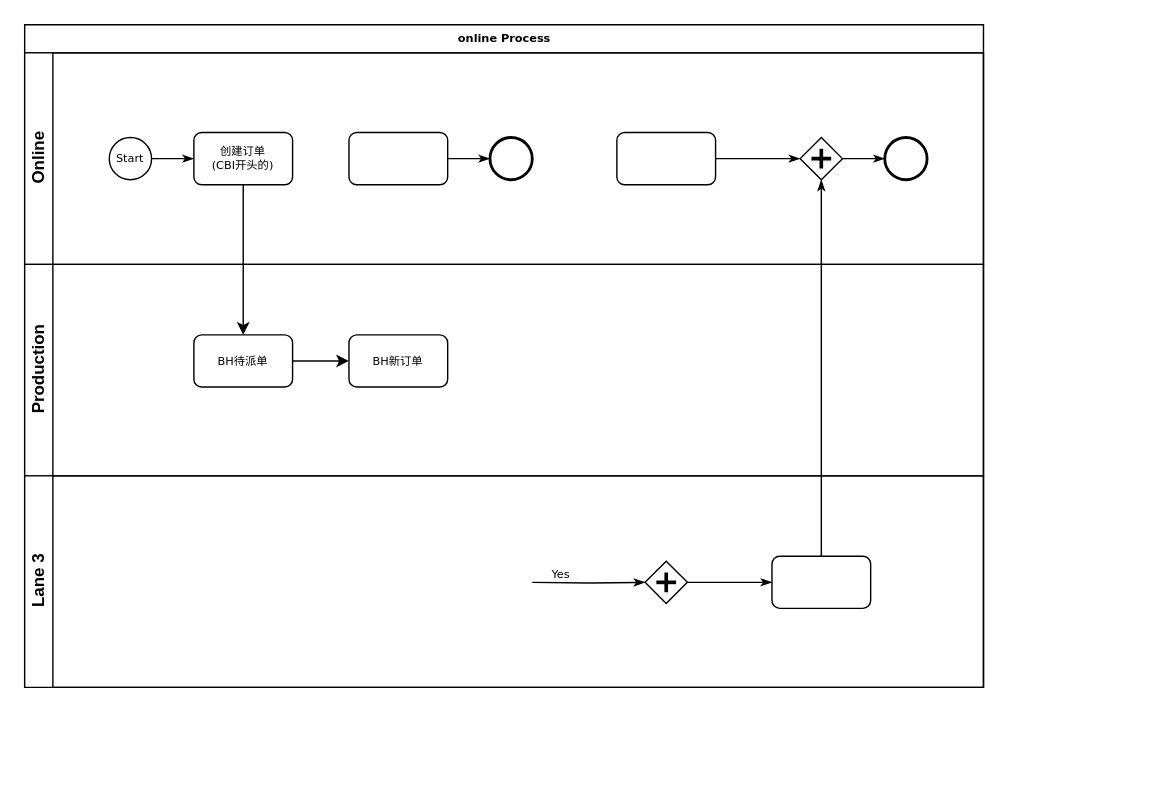
The draw.io diagram 3.drawio in romon-liangbo/draw, before the edit. Source tidied: cells renumbered, new cells numbered last; positions are measured from the earlier drawing's top-left corner, leaving out a move shared by most shapes. Both pictures are drawn from the tidied source at 141%, with x=0, y=0 at pixel (24, 24).
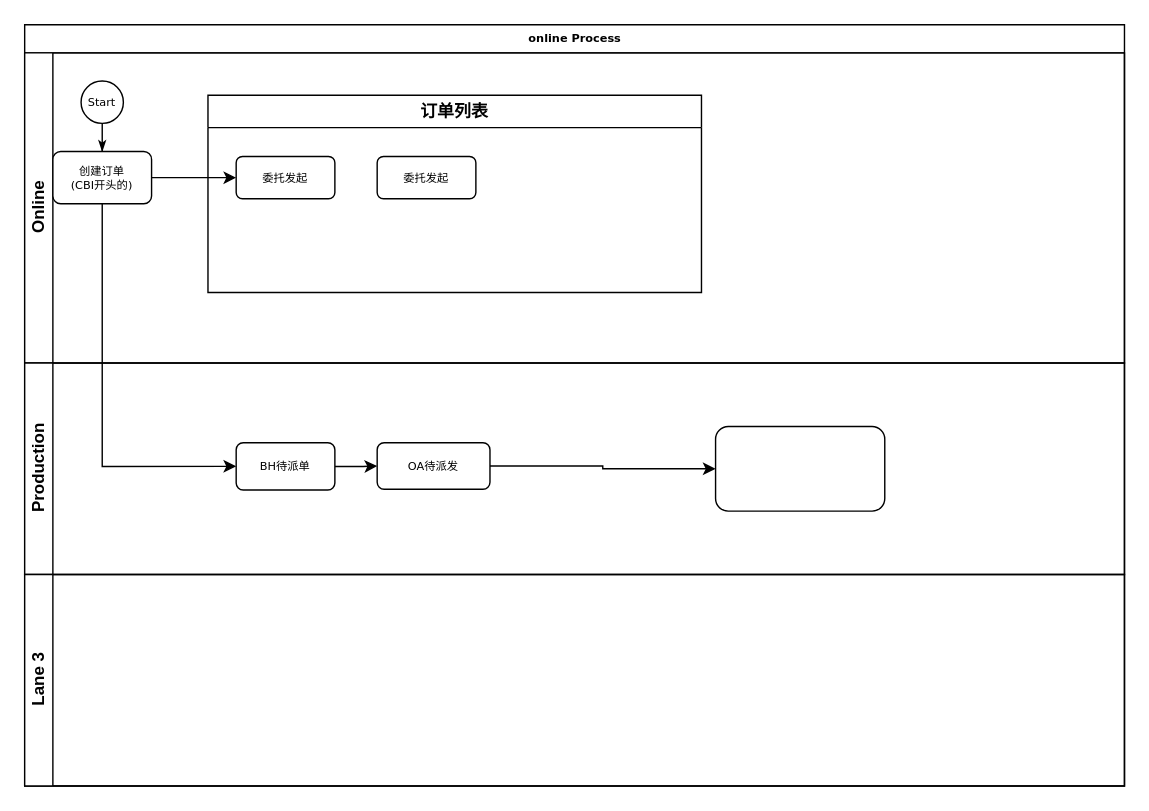
The same page after the edit.

What changed in the source:
```diff
@@
     <mxCell id="2" value="online Process" style="swimlane;html=1;horizontal=1;startSize=20;rounded=0;shadow=0;labelBackgroundColor=none;strokeWidth=1;fontFamily=Verdana;fontSize=8;align=center;" parent="1" vertex="1">
-      <mxGeometry width="680" height="470" as="geometry" />
+      <mxGeometry width="780" height="540" as="geometry" />
     </mxCell>
     <mxCell id="3" value="Online" style="swimlane;html=1;startSize=20;horizontal=0;" parent="2" vertex="1">
-      <mxGeometry y="20" width="680" height="150" as="geometry" />
+      <mxGeometry y="20" width="780" height="220" as="geometry" />
     </mxCell>
+    <mxCell id="26" value="订单列表" style="swimlane;whiteSpace=wrap;html=1;" parent="3" vertex="1">
+      <mxGeometry x="130" y="30" width="350" height="140" as="geometry" />
+    </mxCell>
+    <mxCell id="8" value="委托发起" style="rounded=1;whiteSpace=wrap;html=1;shadow=0;labelBackgroundColor=none;strokeWidth=1;fontFamily=Verdana;fontSize=8;align=center;" parent="26" vertex="1">
+      <mxGeometry x="20" y="43.5" width="70" height="30" as="geometry" />
+    </mxCell>
+    <mxCell id="27" value="委托发起" style="rounded=1;whiteSpace=wrap;html=1;shadow=0;labelBackgroundColor=none;strokeWidth=1;fontFamily=Verdana;fontSize=8;align=center;" parent="26" vertex="1">
+      <mxGeometry x="120" y="43.5" width="70" height="30" as="geometry" />
+    </mxCell>
@@
     <mxCell id="5" value="Start" style="ellipse;whiteSpace=wrap;html=1;rounded=0;shadow=0;labelBackgroundColor=none;strokeWidth=1;fontFamily=Verdana;fontSize=8;align=center;" parent="3" vertex="1">
-      <mxGeometry x="60" y="60" width="30" height="30" as="geometry" />
+      <mxGeometry x="40" y="20" width="30" height="30" as="geometry" />
     </mxCell>
+    <mxCell id="28" style="edgeStyle=orthogonalEdgeStyle;rounded=0;jettySize=auto;html=1;strokeWidth=1;" parent="3" edge="1" source="6" target="8">
+      <mxGeometry relative="1" as="geometry" />
+    </mxCell>
     <mxCell id="6" value="创建订单&lt;br&gt;(CBI开头的)" style="rounded=1;whiteSpace=wrap;html=1;shadow=0;labelBackgroundColor=none;strokeWidth=1;fontFamily=Verdana;fontSize=8;align=center;" parent="3" vertex="1">
-      <mxGeometry x="120" y="56.5" width="70" height="37" as="geometry" />
+      <mxGeometry x="20" y="70" width="70" height="37" as="geometry" />
     </mxCell>
-    <mxCell id="7" style="edgeStyle=orthogonalEdgeStyle;rounded=0;html=1;labelBackgroundColor=none;startArrow=none;startFill=0;startSize=5;endArrow=classicThin;endFill=1;endSize=5;jettySize=auto;strokeWidth=1;fontFamily=Verdana;fontSize=8;" parent="3" edge="1" source="8" target="9">
-      <mxGeometry relative="1" as="geometry" />
-    </mxCell>
-    <mxCell id="8" style="rounded=1;whiteSpace=wrap;html=1;shadow=0;labelBackgroundColor=none;strokeWidth=1;fontFamily=Verdana;fontSize=8;align=center;" parent="3" vertex="1">
-      <mxGeometry x="230" y="56.5" width="70" height="37" as="geometry" />
-    </mxCell>
-    <mxCell id="9" style="ellipse;whiteSpace=wrap;html=1;rounded=0;shadow=0;labelBackgroundColor=none;strokeWidth=2;fontFamily=Verdana;fontSize=8;align=center;" parent="3" vertex="1">
-      <mxGeometry x="330" y="60" width="30" height="30" as="geometry" />
-    </mxCell>
-    <mxCell id="10" style="edgeStyle=orthogonalEdgeStyle;rounded=0;html=1;entryX=0;entryY=0.5;labelBackgroundColor=none;startArrow=none;startFill=0;startSize=5;endArrow=classicThin;endFill=1;endSize=5;jettySize=auto;strokeWidth=1;fontFamily=Verdana;fontSize=8;" parent="3" edge="1" source="11" target="13">
-      <mxGeometry relative="1" as="geometry" />
-    </mxCell>
-    <mxCell id="11" style="rounded=1;whiteSpace=wrap;html=1;shadow=0;labelBackgroundColor=none;strokeWidth=1;fontFamily=Verdana;fontSize=8;align=center;" parent="3" vertex="1">
-      <mxGeometry x="420" y="56.5" width="70" height="37" as="geometry" />
-    </mxCell>
-    <mxCell id="12" style="edgeStyle=orthogonalEdgeStyle;rounded=0;html=1;labelBackgroundColor=none;startArrow=none;startFill=0;startSize=5;endArrow=classicThin;endFill=1;endSize=5;jettySize=auto;strokeWidth=1;fontFamily=Verdana;fontSize=8;" parent="3" edge="1" source="13" target="14">
-      <mxGeometry relative="1" as="geometry" />
-    </mxCell>
-    <mxCell id="13" style="shape=mxgraph.bpmn.shape;html=1;verticalLabelPosition=bottom;labelBackgroundColor=#ffffff;verticalAlign=top;perimeter=rhombusPerimeter;background=gateway;outline=none;symbol=parallelGw;rounded=1;shadow=0;strokeWidth=1;fontFamily=Verdana;fontSize=8;align=center;" parent="3" vertex="1">
-      <mxGeometry x="550" y="60" width="30" height="30" as="geometry" />
-    </mxCell>
-    <mxCell id="14" style="ellipse;whiteSpace=wrap;html=1;rounded=0;shadow=0;labelBackgroundColor=none;strokeWidth=2;fontFamily=Verdana;fontSize=8;align=center;" parent="3" vertex="1">
-      <mxGeometry x="610" y="60" width="30" height="30" as="geometry" />
-    </mxCell>
     <mxCell id="15" value="Production" style="swimlane;html=1;startSize=20;horizontal=0;" parent="2" vertex="1">
-      <mxGeometry y="170" width="680" height="150" as="geometry" />
+      <mxGeometry y="240" width="780" height="150" as="geometry" />
     </mxCell>
@@
     <mxCell id="17" value="BH待派单" style="rounded=1;whiteSpace=wrap;html=1;shadow=0;labelBackgroundColor=none;strokeWidth=1;fontFamily=Verdana;fontSize=8;align=center;" parent="15" vertex="1">
-      <mxGeometry x="120" y="50" width="70" height="37" as="geometry" />
+      <mxGeometry x="150" y="56.5" width="70" height="33.5" as="geometry" />
     </mxCell>
+    <mxCell id="29" style="edgeStyle=orthogonalEdgeStyle;rounded=0;jettySize=auto;html=1;" parent="15" edge="1" source="18" target="30">
+      <mxGeometry relative="1" as="geometry" />
+    </mxCell>
-    <mxCell id="18" value="BH新订单" style="rounded=1;whiteSpace=wrap;html=1;shadow=0;labelBackgroundColor=none;strokeWidth=1;fontFamily=Verdana;fontSize=8;align=center;" parent="15" vertex="1">
-      <mxGeometry x="230" y="50" width="70" height="37" as="geometry" />
+    <mxCell id="18" value="OA待派发" style="rounded=1;whiteSpace=wrap;html=1;shadow=0;labelBackgroundColor=none;strokeWidth=1;fontFamily=Verdana;fontSize=8;align=center;" parent="15" vertex="1">
+      <mxGeometry x="250" y="56.5" width="80" height="33" as="geometry" />
     </mxCell>
+    <mxCell id="30" style="whiteSpace=wrap;html=1;fontSize=8;fontFamily=Verdana;rounded=1;shadow=0;labelBackgroundColor=none;strokeWidth=1;" parent="15" vertex="1">
+      <mxGeometry x="490" y="45" width="120" height="60" as="geometry" />
+    </mxCell>
     <mxCell id="19" value="Lane 3" style="swimlane;html=1;startSize=20;horizontal=0;" parent="2" vertex="1">
-      <mxGeometry y="320" width="680" height="150" as="geometry" />
+      <mxGeometry y="390" width="780" height="150" as="geometry" />
     </mxCell>
-    <mxCell id="20" value="Yes" style="edgeStyle=orthogonalEdgeStyle;rounded=0;html=1;entryX=0;entryY=0.5;labelBackgroundColor=none;startArrow=none;startFill=0;startSize=5;endArrow=classicThin;endFill=1;endSize=5;jettySize=auto;strokeWidth=1;fontFamily=Verdana;fontSize=8;" parent="19" edge="1" target="22">
-      <mxGeometry x="-0.5" y="6" relative="1" as="geometry">
-        <mxPoint x="360" y="75.5" as="sourcePoint" />
-      </mxGeometry>
-    </mxCell>
-    <mxCell id="21" style="edgeStyle=orthogonalEdgeStyle;rounded=0;html=1;labelBackgroundColor=none;startArrow=none;startFill=0;startSize=5;endArrow=classicThin;endFill=1;endSize=5;jettySize=auto;strokeColor=#000000;strokeWidth=1;fontFamily=Verdana;fontSize=8;fontColor=#000000;" parent="19" edge="1" source="22" target="23">
-      <mxGeometry relative="1" as="geometry" />
-    </mxCell>
-    <mxCell id="22" style="shape=mxgraph.bpmn.shape;html=1;verticalLabelPosition=bottom;labelBackgroundColor=#ffffff;verticalAlign=top;perimeter=rhombusPerimeter;background=gateway;outline=none;symbol=parallelGw;rounded=1;shadow=0;strokeWidth=1;fontFamily=Verdana;fontSize=8;align=center;" parent="19" vertex="1">
-      <mxGeometry x="440" y="60.5" width="30" height="30" as="geometry" />
-    </mxCell>
-    <mxCell id="23" style="rounded=1;whiteSpace=wrap;html=1;shadow=0;labelBackgroundColor=none;strokeWidth=1;fontFamily=Verdana;fontSize=8;align=center;" parent="19" vertex="1">
-      <mxGeometry x="530" y="57" width="70" height="37" as="geometry" />
-    </mxCell>
-    <mxCell id="24" style="edgeStyle=orthogonalEdgeStyle;rounded=0;html=1;entryX=0.5;entryY=1;labelBackgroundColor=none;startArrow=none;startFill=0;startSize=5;endArrow=classicThin;endFill=1;endSize=5;jettySize=auto;strokeWidth=1;fontFamily=Verdana;fontSize=8;" parent="2" edge="1" source="23" target="13">
-      <mxGeometry relative="1" as="geometry" />
-    </mxCell>
-    <mxCell id="25" style="edgeStyle=orthogonalEdgeStyle;rounded=0;jettySize=auto;html=1;" parent="2" edge="1" source="6" target="17">
+    <mxCell id="25" style="edgeStyle=orthogonalEdgeStyle;rounded=0;jettySize=auto;html=1;exitX=0.5;exitY=1;exitDx=0;exitDy=0;entryX=0;entryY=0.5;entryDx=0;entryDy=0;" parent="2" edge="1" source="6" target="17">
       <mxGeometry relative="1" as="geometry" />
     </mxCell>
```
